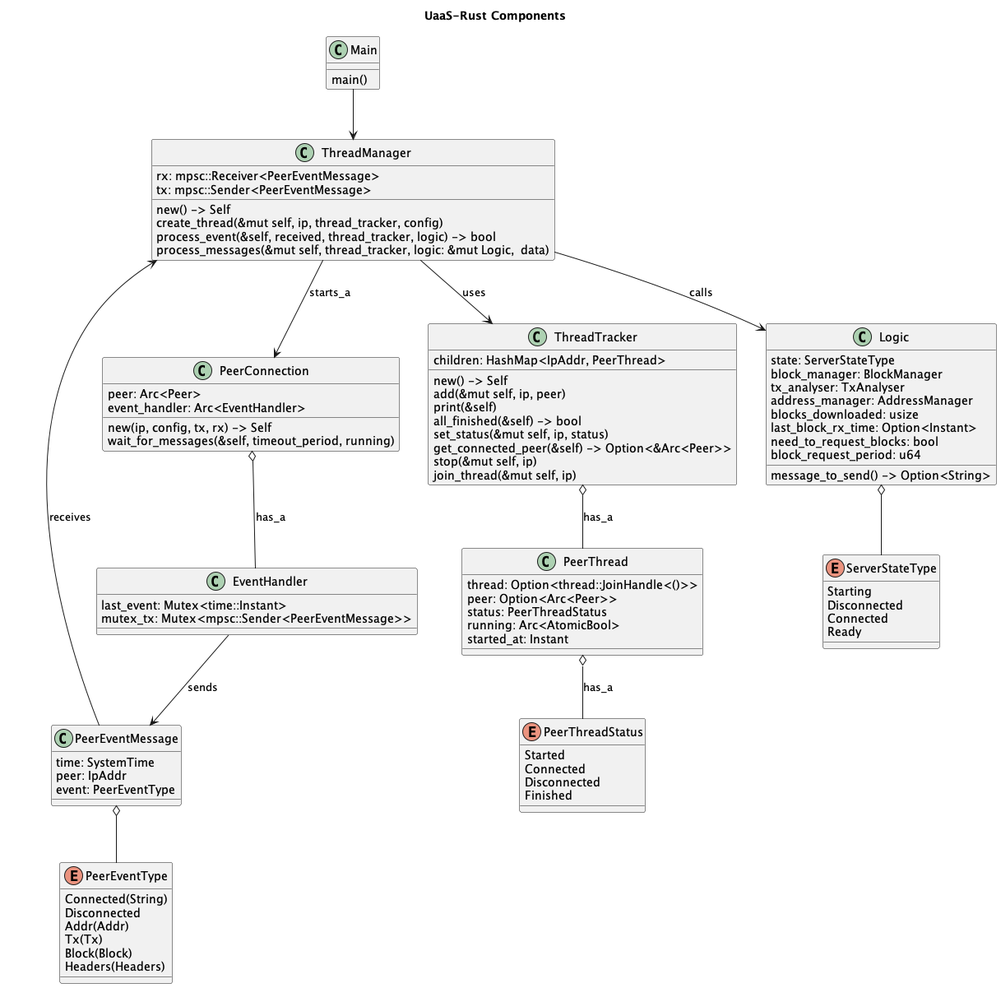
Above: docs/diagrams/service_structure.png in nchain-innovation/utxo-as-a-service (PlantUML), before the change.
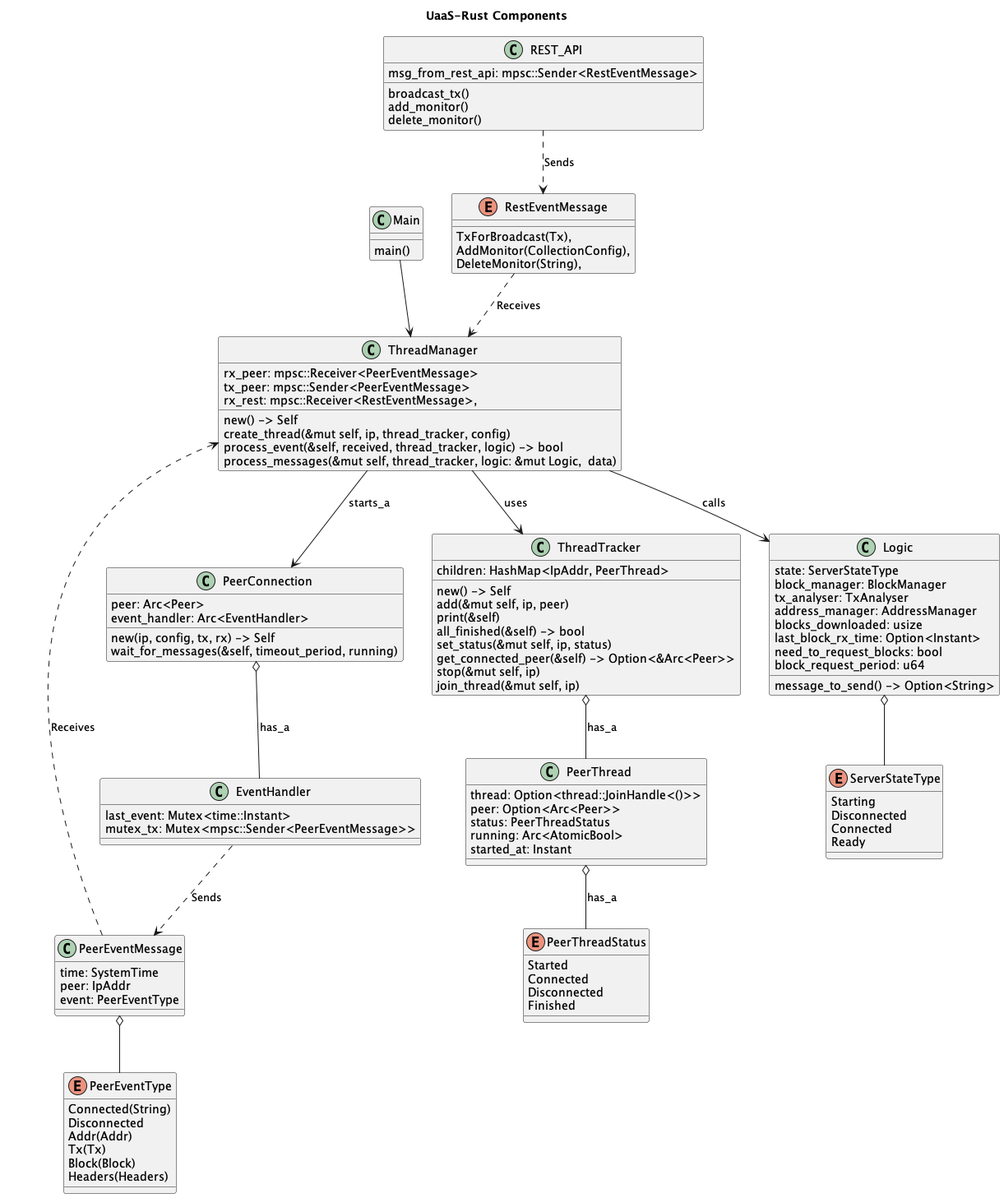
The same file after the commit.

The edit, as a diff of the source:
```diff
@@ -31,6 +31,22 @@
 
 PeerEventMessage o-- PeerEventType
 
+class REST_API {
+    msg_from_rest_api: mpsc::Sender<RestEventMessage>
+    broadcast_tx()
+    add_monitor()
+    delete_monitor()
+}
+
+enum RestEventMessage {
+    TxForBroadcast(Tx),
+    AddMonitor(CollectionConfig),
+    DeleteMonitor(String),
+}
+
+REST_API ..> RestEventMessage: Sends
+
+RestEventMessage ..> ThreadManager: Receives
 
 class PeerThread {
     {field} thread: Option<thread::JoinHandle<()>>
@@ -59,8 +75,10 @@
 
 
 class ThreadManager {
-    rx: mpsc::Receiver<PeerEventMessage>
-    tx: mpsc::Sender<PeerEventMessage>
+    rx_peer: mpsc::Receiver<PeerEventMessage>
+    tx_peer: mpsc::Sender<PeerEventMessage>
+    rx_rest: mpsc::Receiver<RestEventMessage>,
+
 
     new() -> Self
     create_thread(&mut self, ip, thread_tracker, config)
@@ -88,11 +106,9 @@
 
 ThreadManager --> PeerConnection : starts_a
 
-EventHandler --> PeerEventMessage: sends
+EventHandler ..> PeerEventMessage: Sends
 PeerConnection o-- EventHandler: has_a
-PeerEventMessage --> ThreadManager: receives
-
-
+PeerEventMessage ..> ThreadManager: Receives
 
 
 enum ServerStateType {
```
